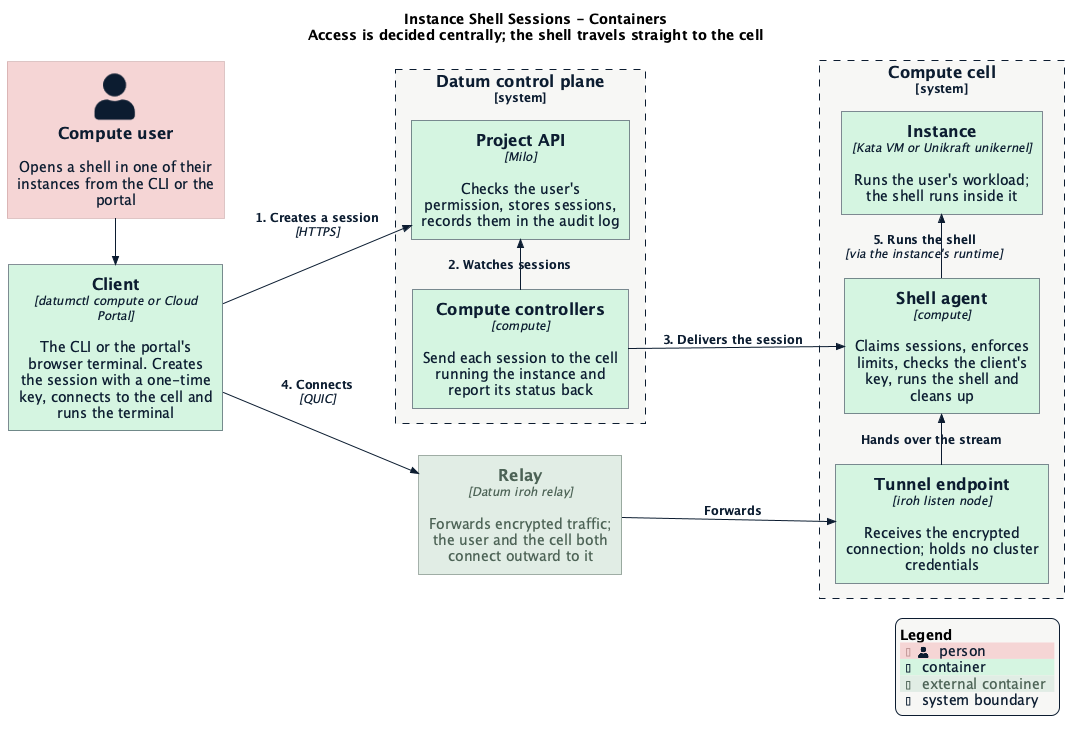
Earlier version of the PlantUML export docs/enhancements/instance-shell-sessions/c4-container-diagram.png (datum-cloud/compute).
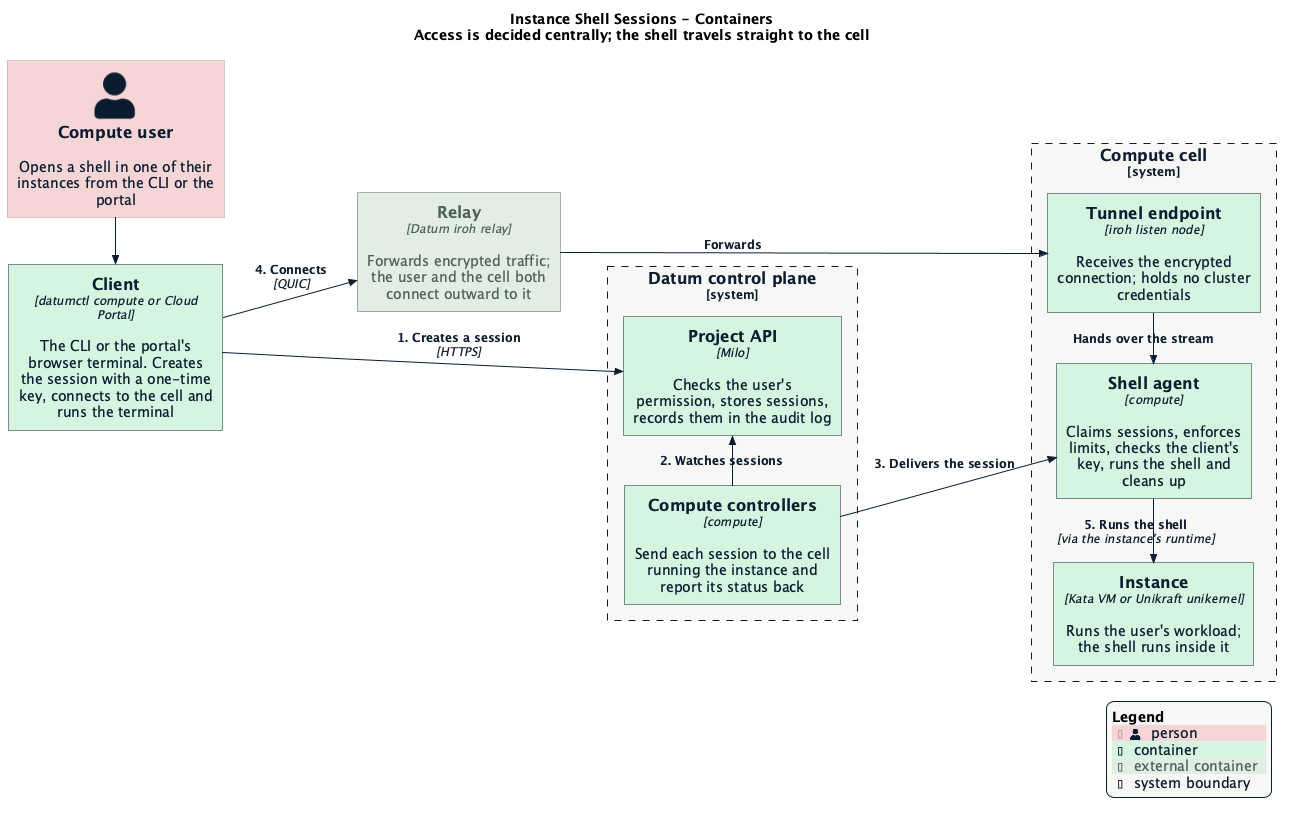
After the commit.

Commit message:
docs: put the relay on top of the shell session diagram

Run the cell top down from the tunnel endpoint to the instance, with the
relay above the control plane forwarding straight across to the tunnel
endpoint.

What changed in the source:
```diff
@@ -9,14 +9,12 @@
 
 Person(user, "Compute user", "Opens a shell in one of their instances from the CLI or the portal")
 
-Container_Ext(relay, "Relay", "Datum iroh relay", "Forwards encrypted traffic; the user and the cell both connect outward to it")
-
 Container(client, "Client", "datumctl compute or Cloud Portal", "The CLI or the portal's browser terminal. Creates the session with a one-time key, connects to the cell and runs the terminal")
 
 System_Boundary(cell, "Compute cell") {
+    Container(instance, "Instance", "Kata VM or Unikraft unikernel", "Runs the user's workload; the shell runs inside it")
+    Container(agent, "Shell agent", "compute", "Claims sessions, enforces limits, checks the client's key, runs the shell and cleans up")
     Container(listen, "Tunnel endpoint", "iroh listen node", "Receives the encrypted connection; holds no cluster credentials")
-    Container(agent, "Shell agent", "compute", "Claims sessions, enforces limits, checks the client's key, runs the shell and cleans up")
-    Container(instance, "Instance", "Kata VM or Unikraft unikernel", "Runs the user's workload; the shell runs inside it")
 }
 
 System_Boundary(core, "Datum control plane") {
@@ -24,14 +22,18 @@
     Container(fed, "Compute controllers", "compute", "Send each session to the cell running the instance and report its status back")
 }
 
+Container_Ext(relay, "Relay", "Datum iroh relay", "Forwards encrypted traffic; the user and the cell both connect outward to it")
+
 Rel_R(user, client, "")
+Rel(client, relay, "4. Connects", "QUIC")
 Rel(client, api, "1. Creates a session", "HTTPS")
 Rel_R(fed, api, "2. Watches sessions")
 Rel(fed, agent, "3. Delivers the session")
-Rel(client, relay, "4. Connects", "QUIC")
 Rel(relay, listen, "Forwards")
-Rel_R(listen, agent, "Hands over the stream")
-Rel_R(agent, instance, "5. Runs the shell", "via the instance's runtime")
+Rel_L(listen, agent, "Hands over the stream")
+Rel_L(agent, instance, "5. Runs the shell", "via the instance's runtime")
+
+Lay_U(api, relay)
 
 SHOW_LEGEND()
 @enduml
```
